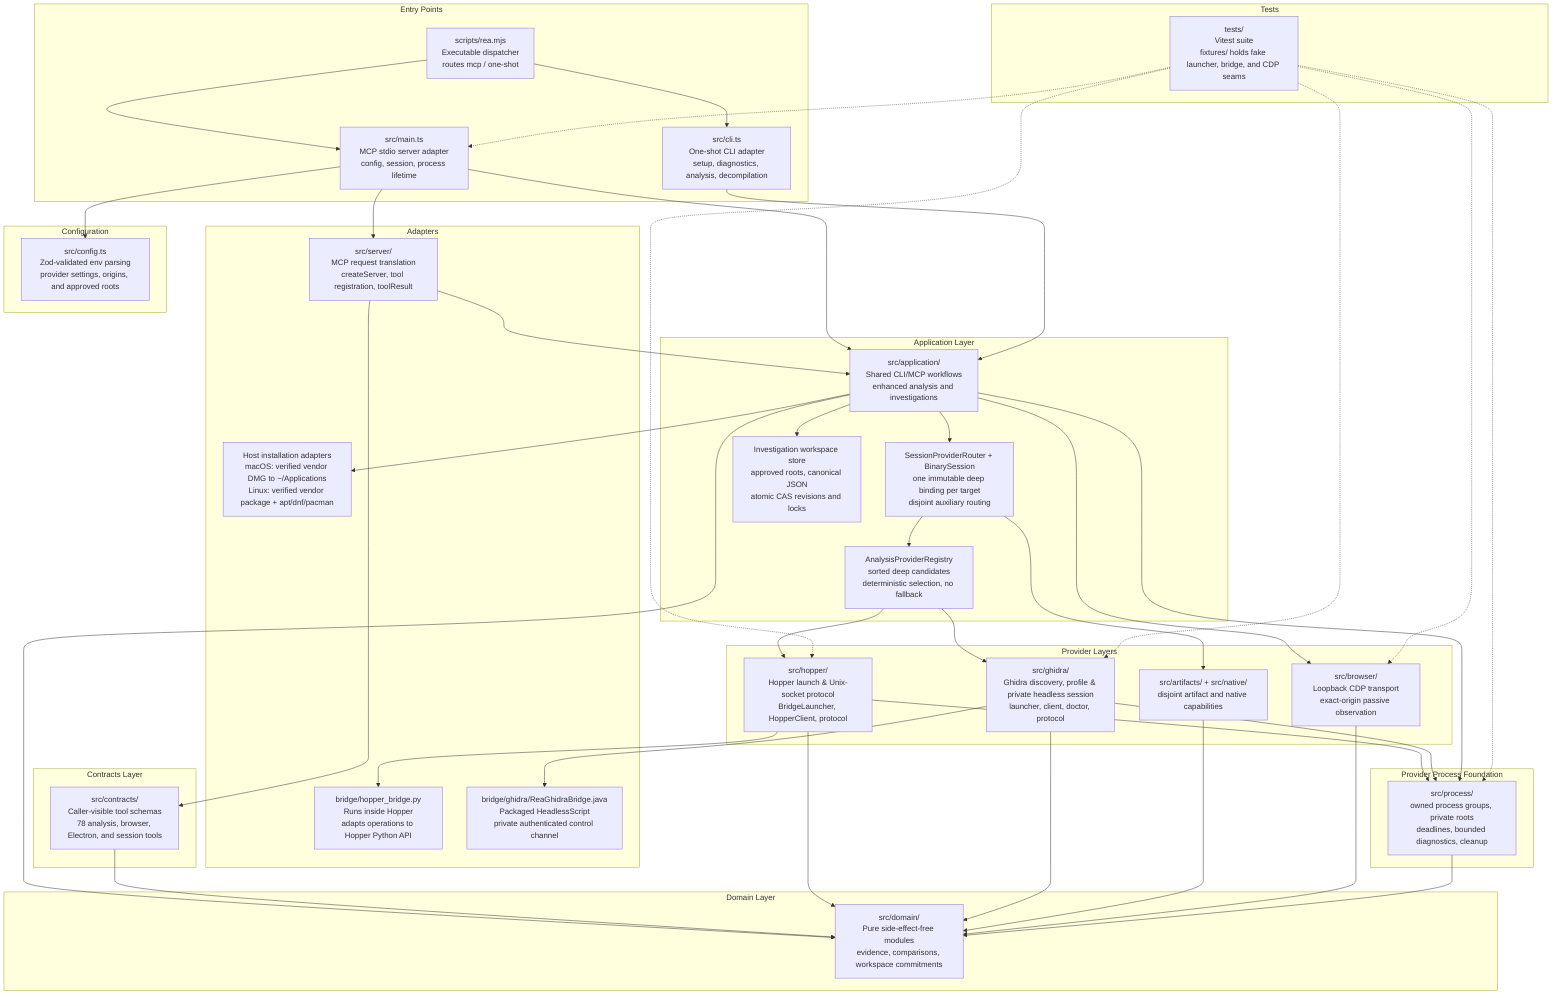
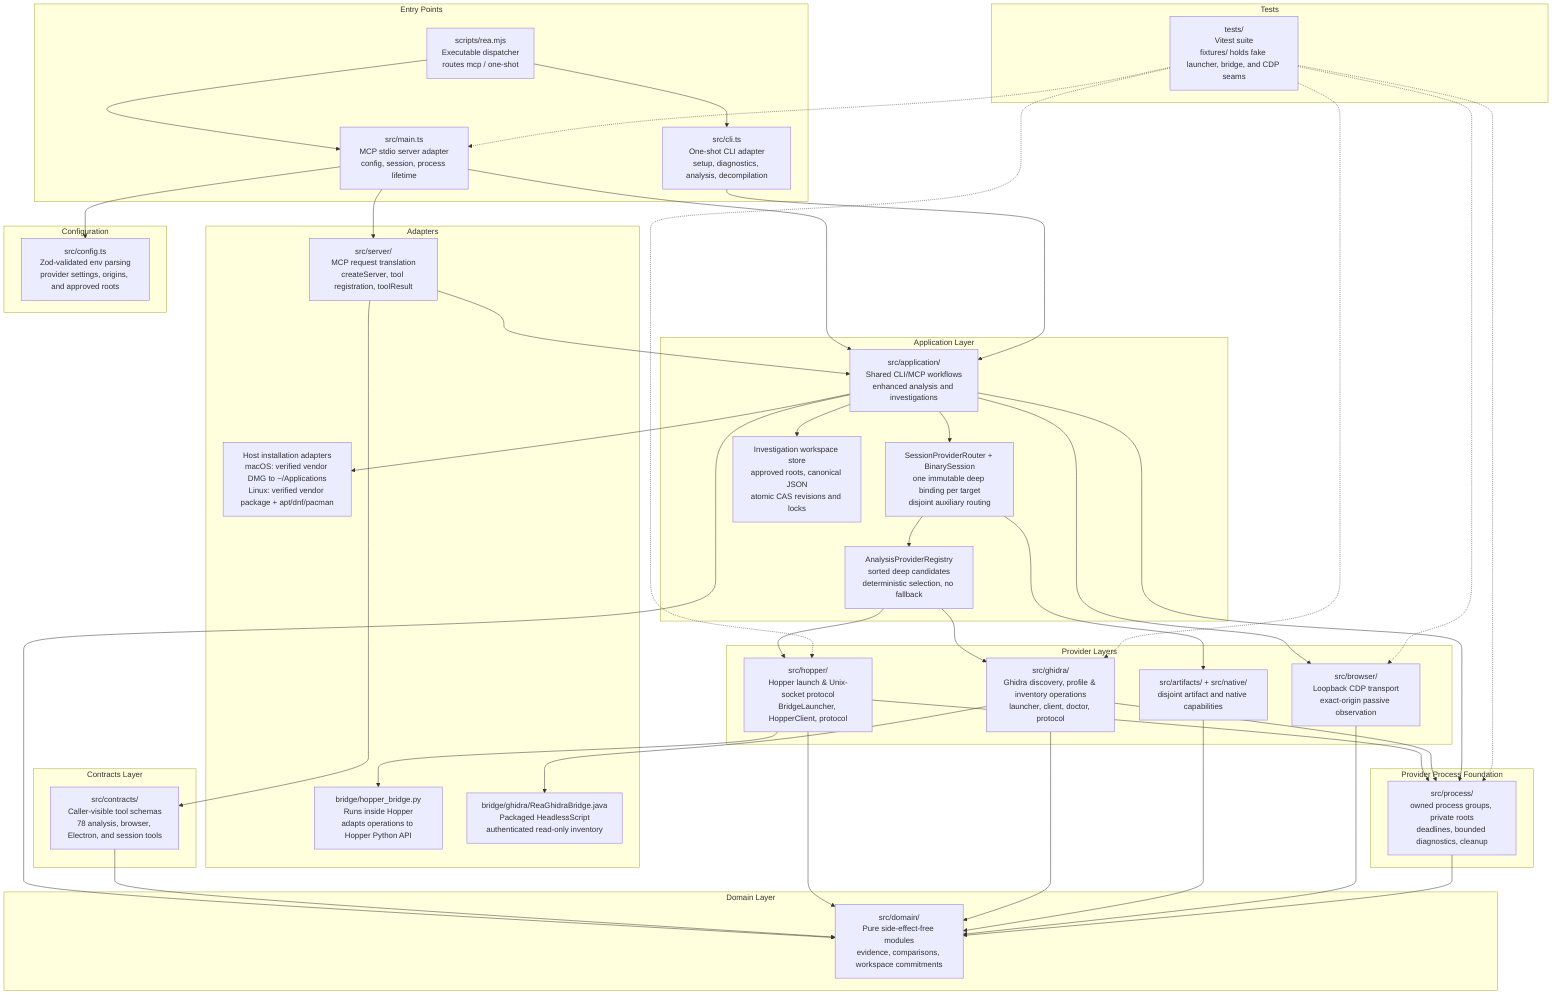
graph TD
    subgraph "Entry Points"
        CLI["src/cli.ts<br/>One-shot CLI adapter<br/>setup, diagnostics, analysis, decompilation"]
        MAIN["src/main.ts<br/>MCP stdio server adapter<br/>config, session, process lifetime"]
        DISPATCH["scripts/rea.mjs<br/>Executable dispatcher<br/>routes mcp / one-shot"]
    end

    subgraph "Adapters"
        SERVER["src/server/<br/>MCP request translation<br/>createServer, tool registration, toolResult"]
        HOPPER_BRIDGE["bridge/hopper_bridge.py<br/>Runs inside Hopper<br/>adapts operations to Hopper Python API"]
-         GHIDRA_BRIDGE["bridge/ghidra/ReaGhidraBridge.java<br/>Packaged HeadlessScript<br/>private authenticated control channel"]
+         GHIDRA_BRIDGE["bridge/ghidra/ReaGhidraBridge.java<br/>Packaged HeadlessScript<br/>authenticated read-only inventory"]
        INSTALL["Host installation adapters<br/>macOS: verified vendor DMG to ~/Applications<br/>Linux: verified vendor package + apt/dnf/pacman"]
    end

    subgraph "Application Layer"
        APP["src/application/<br/>Shared CLI/MCP workflows<br/>enhanced analysis and investigations"]
        SESSION["SessionProviderRouter + BinarySession<br/>one immutable deep binding per target<br/>disjoint auxiliary routing"]
        REGISTRY["AnalysisProviderRegistry<br/>sorted deep candidates<br/>deterministic selection, no fallback"]
        WORKSPACE["Investigation workspace store<br/>approved roots, canonical JSON<br/>atomic CAS revisions and locks"]
    end

    subgraph "Provider Layers"
        HOPPER["src/hopper/<br/>Hopper launch & Unix-socket protocol<br/>BridgeLauncher, HopperClient, protocol"]
-         GHIDRA["src/ghidra/<br/>Ghidra discovery, profile & private headless session<br/>launcher, client, doctor, protocol"]
+         GHIDRA["src/ghidra/<br/>Ghidra discovery, profile & inventory operations<br/>launcher, client, doctor, protocol"]
        AUX["src/artifacts/ + src/native/<br/>disjoint artifact and native capabilities"]
        BROWSER["src/browser/<br/>Loopback CDP transport<br/>exact-origin passive observation"]
    end

    subgraph "Provider Process Foundation"
        PROCESS["src/process/<br/>owned process groups, private roots<br/>deadlines, bounded diagnostics, cleanup"]
    end

    subgraph "Contracts Layer"
        CONTRACTS["src/contracts/<br/>Caller-visible tool schemas<br/>78 analysis, browser, Electron, and session tools"]
    end

    subgraph "Domain Layer"
        DOMAIN["src/domain/<br/>Pure side-effect-free modules<br/>evidence, comparisons, workspace commitments"]
    end

    subgraph "Configuration"
        CONFIG["src/config.ts<br/>Zod-validated env parsing<br/>provider settings, origins, and approved roots"]
    end

    subgraph "Tests"
        TESTS["tests/<br/>Vitest suite<br/>fixtures/ holds fake launcher, bridge, and CDP seams"]
    end

    DISPATCH --> CLI
    DISPATCH --> MAIN
    MAIN --> CONFIG
    MAIN --> SERVER
    MAIN --> APP
    CLI --> APP
    APP --> SESSION
    SESSION --> REGISTRY
    REGISTRY --> HOPPER
    REGISTRY --> GHIDRA
    SESSION --> AUX
    APP --> WORKSPACE
    APP --> INSTALL
    SERVER --> CONTRACTS
    SERVER --> APP
    APP --> BROWSER
    HOPPER --> HOPPER_BRIDGE
    GHIDRA --> GHIDRA_BRIDGE
    HOPPER --> PROCESS
    GHIDRA --> PROCESS
    APP --> PROCESS
    APP --> DOMAIN
    CONTRACTS --> DOMAIN
    HOPPER --> DOMAIN
    GHIDRA --> DOMAIN
    AUX --> DOMAIN
    BROWSER --> DOMAIN
    PROCESS --> DOMAIN
    TESTS -.-> MAIN
    TESTS -.-> HOPPER
    TESTS -.-> GHIDRA
    TESTS -.-> PROCESS
    TESTS -.-> BROWSER
